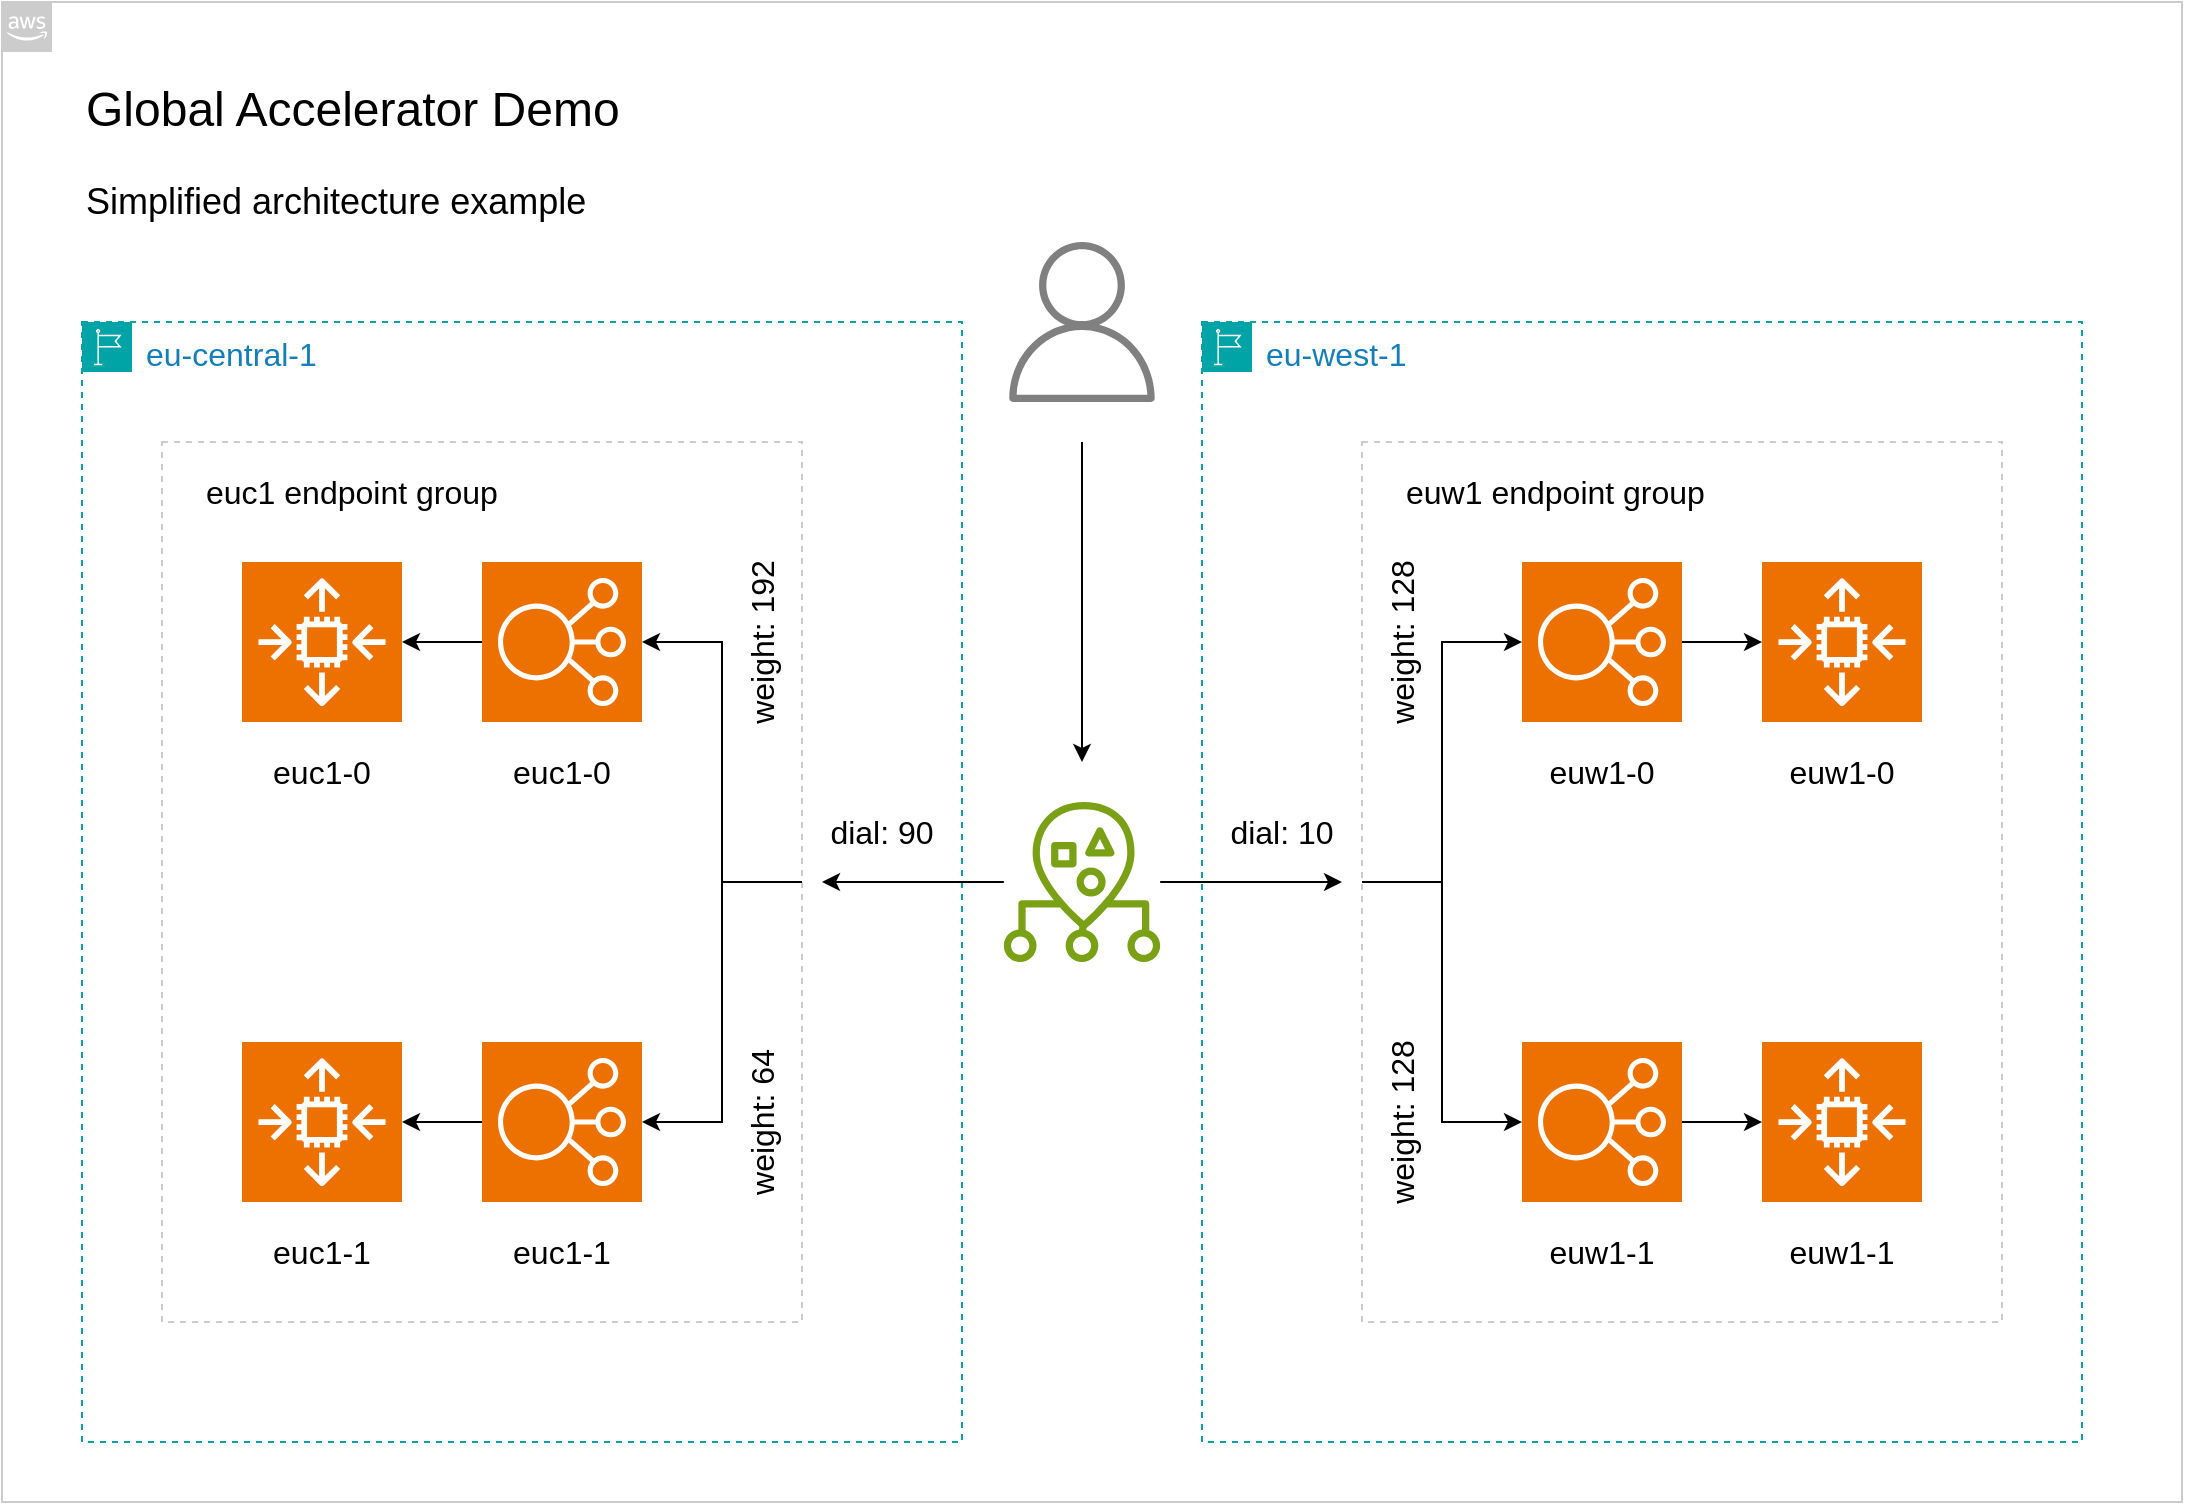
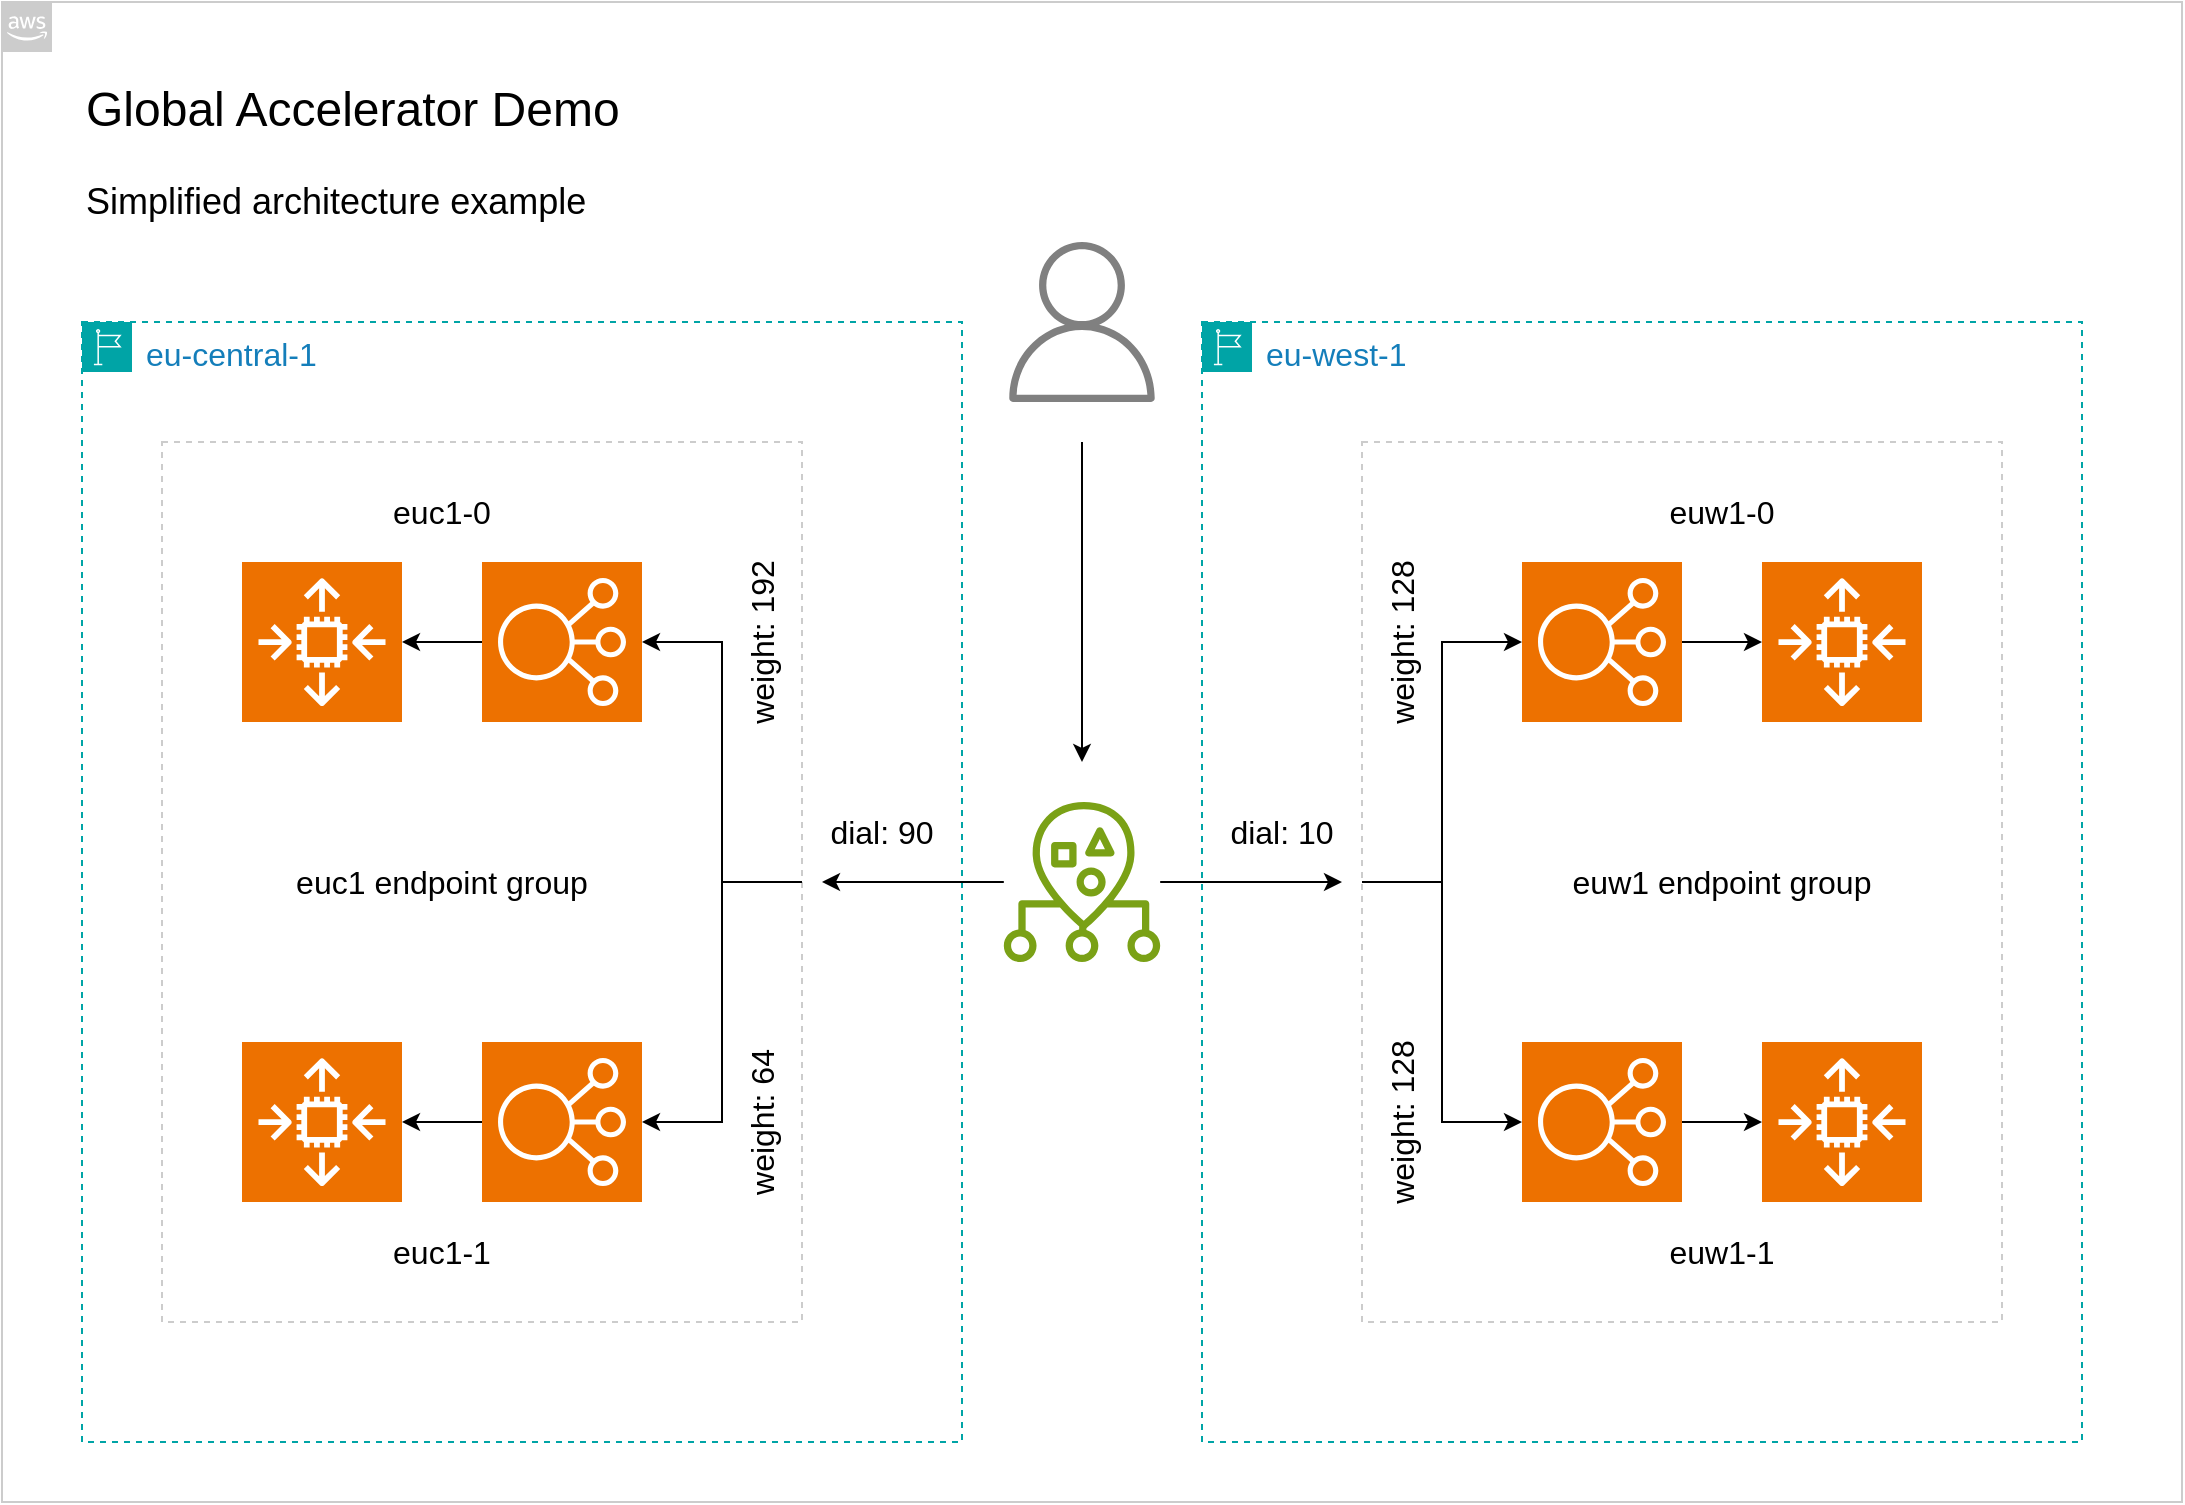
<mxfile host="Electron" agent="Mozilla/5.0 (Macintosh; Intel Mac OS X 10_15_7) AppleWebKit/537.36 (KHTML, like Gecko) draw.io/24.5.1 Chrome/124.0.6367.207 Electron/30.0.6 Safari/537.36">
  <diagram name="Seite-1" id="BtAyL0-GuPOaRMJ-Kd1m">
    <mxGraphModel dx="1222" dy="765" grid="1" gridSize="10" guides="1" tooltips="1" connect="1" arrows="1" fold="1" page="1" pageScale="1" pageWidth="1169" pageHeight="827" math="0" shadow="0">
      <root>
        <mxCell id="0" />
        <mxCell id="1" parent="0" />
        <UserObject label="" id="ZuW-Ts3UVkGzy0_QFmxS-1">
          <mxCell parent="1" style="sketch=0;outlineConnect=0;gradientColor=none;html=1;whiteSpace=wrap;fontSize=12;fontStyle=0;shape=mxgraph.aws4.group;grIcon=mxgraph.aws4.group_aws_cloud_alt;strokeColor=#CCCCCC;fillColor=none;verticalAlign=bottom;align=left;spacingLeft=30;fontColor=#FF9900;dashed=0;movable=1;resizable=1;rotatable=1;deletable=1;editable=1;locked=0;connectable=1;rounded=0;" vertex="1">
            <mxGeometry height="750" width="1090" x="40" y="40" as="geometry" />
          </mxCell>
        </UserObject>
        <mxCell id="58Sf1-AYVXkVAdG3ewIz-134" parent="1" style="rounded=0;whiteSpace=wrap;html=1;strokeColor=#CCCCCC;dashed=1;" value="" vertex="1">
          <mxGeometry height="440" width="320" x="720" y="260" as="geometry" />
        </mxCell>
        <mxCell id="ZuW-Ts3UVkGzy0_QFmxS-27" parent="1" style="text;html=1;align=left;verticalAlign=middle;whiteSpace=wrap;rounded=0;" value="&lt;font style=&quot;&quot;&gt;&lt;span style=&quot;font-size: 24px;&quot;&gt;Global Accelerator Demo&lt;/span&gt;&lt;br&gt;&lt;font style=&quot;font-size: 18px;&quot;&gt;&lt;br&gt;Simplified architecture example&lt;/font&gt;&lt;/font&gt;" vertex="1">
          <mxGeometry height="70" width="1000" x="80" y="80" as="geometry" />
        </mxCell>
        <mxCell id="58Sf1-AYVXkVAdG3ewIz-87" parent="1" style="points=[[0,0],[0.25,0],[0.5,0],[0.75,0],[1,0],[1,0.25],[1,0.5],[1,0.75],[1,1],[0.75,1],[0.5,1],[0.25,1],[0,1],[0,0.75],[0,0.5],[0,0.25]];outlineConnect=0;gradientColor=none;html=1;whiteSpace=wrap;fontSize=12;fontStyle=0;container=1;pointerEvents=0;collapsible=0;recursiveResize=0;shape=mxgraph.aws4.group;grIcon=mxgraph.aws4.group_region;strokeColor=#00A4A6;fillColor=none;verticalAlign=top;align=left;spacingLeft=30;fontColor=#147EBA;dashed=1;" value="&lt;font style=&quot;font-size: 16px;&quot;&gt;eu-west-1&lt;/font&gt;" vertex="1">
          <mxGeometry height="560" width="440" x="640" y="200" as="geometry" />
        </mxCell>
        <mxCell id="58Sf1-AYVXkVAdG3ewIz-145" edge="1" parent="58Sf1-AYVXkVAdG3ewIz-87" source="58Sf1-AYVXkVAdG3ewIz-77" style="edgeStyle=orthogonalEdgeStyle;orthogonalLoop=1;jettySize=auto;html=1;" target="58Sf1-AYVXkVAdG3ewIz-121" value="">
          <mxGeometry relative="1" as="geometry" />
        </mxCell>
        <mxCell id="58Sf1-AYVXkVAdG3ewIz-77" parent="58Sf1-AYVXkVAdG3ewIz-87" style="sketch=0;points=[[0,0,0],[0.25,0,0],[0.5,0,0],[0.75,0,0],[1,0,0],[0,1,0],[0.25,1,0],[0.5,1,0],[0.75,1,0],[1,1,0],[0,0.25,0],[0,0.5,0],[0,0.75,0],[1,0.25,0],[1,0.5,0],[1,0.75,0]];outlineConnect=0;fontColor=#232F3E;fillColor=#ED7100;strokeColor=#ffffff;dashed=0;verticalLabelPosition=bottom;verticalAlign=top;align=center;html=1;fontSize=12;fontStyle=0;aspect=fixed;shape=mxgraph.aws4.resourceIcon;resIcon=mxgraph.aws4.elastic_load_balancing;rounded=0;" value="" vertex="1">
          <mxGeometry height="80" width="80" x="160" y="120" as="geometry" />
        </mxCell>
        <mxCell id="58Sf1-AYVXkVAdG3ewIz-78" parent="58Sf1-AYVXkVAdG3ewIz-87" style="sketch=0;points=[[0,0,0],[0.25,0,0],[0.5,0,0],[0.75,0,0],[1,0,0],[0,1,0],[0.25,1,0],[0.5,1,0],[0.75,1,0],[1,1,0],[0,0.25,0],[0,0.5,0],[0,0.75,0],[1,0.25,0],[1,0.5,0],[1,0.75,0]];outlineConnect=0;fontColor=#232F3E;fillColor=#ED7100;strokeColor=#ffffff;dashed=0;verticalLabelPosition=bottom;verticalAlign=top;align=center;html=1;fontSize=12;fontStyle=0;aspect=fixed;shape=mxgraph.aws4.resourceIcon;resIcon=mxgraph.aws4.elastic_load_balancing;rounded=0;" value="" vertex="1">
          <mxGeometry height="80" width="80" x="160" y="360" as="geometry" />
        </mxCell>
        <mxCell id="58Sf1-AYVXkVAdG3ewIz-121" parent="58Sf1-AYVXkVAdG3ewIz-87" style="sketch=0;points=[[0,0,0],[0.25,0,0],[0.5,0,0],[0.75,0,0],[1,0,0],[0,1,0],[0.25,1,0],[0.5,1,0],[0.75,1,0],[1,1,0],[0,0.25,0],[0,0.5,0],[0,0.75,0],[1,0.25,0],[1,0.5,0],[1,0.75,0]];outlineConnect=0;fontColor=#232F3E;fillColor=#ED7100;strokeColor=#ffffff;dashed=0;verticalLabelPosition=bottom;verticalAlign=top;align=center;html=1;fontSize=12;fontStyle=0;aspect=fixed;shape=mxgraph.aws4.resourceIcon;resIcon=mxgraph.aws4.auto_scaling2;" value="" vertex="1">
          <mxGeometry height="80" width="80" x="280" y="120" as="geometry" />
        </mxCell>
-         <mxCell id="58Sf1-AYVXkVAdG3ewIz-131" parent="58Sf1-AYVXkVAdG3ewIz-87" style="text;html=1;whiteSpace=wrap;strokeColor=none;fillColor=none;align=center;verticalAlign=middle;rounded=0;" value="&lt;font style=&quot;font-size: 16px;&quot;&gt;euw1-1&lt;/font&gt;" vertex="1">
-           <mxGeometry height="30" width="60" x="290" y="450" as="geometry" />
-         </mxCell>
        <mxCell id="58Sf1-AYVXkVAdG3ewIz-160" parent="58Sf1-AYVXkVAdG3ewIz-87" style="text;html=1;whiteSpace=wrap;strokeColor=none;fillColor=none;align=center;verticalAlign=middle;rounded=0;rotation=-90;" value="&lt;font style=&quot;font-size: 16px;&quot;&gt;weight: 128&lt;/font&gt;" vertex="1">
          <mxGeometry height="30" width="100" x="50" y="385" as="geometry" />
        </mxCell>
        <mxCell id="58Sf1-AYVXkVAdG3ewIz-161" parent="58Sf1-AYVXkVAdG3ewIz-87" style="text;html=1;whiteSpace=wrap;strokeColor=none;fillColor=none;align=center;verticalAlign=middle;rounded=0;rotation=-90;" value="&lt;font style=&quot;font-size: 16px;&quot;&gt;weight: 128&lt;/font&gt;" vertex="1">
          <mxGeometry height="30" width="100" x="50" y="145" as="geometry" />
+         </mxCell>
+         <mxCell id="58Sf1-AYVXkVAdG3ewIz-130" parent="58Sf1-AYVXkVAdG3ewIz-87" style="text;html=1;whiteSpace=wrap;strokeColor=none;fillColor=none;align=center;verticalAlign=middle;rounded=0;" value="&lt;font style=&quot;font-size: 16px;&quot;&gt;euw1-1&lt;/font&gt;" vertex="1">
+           <mxGeometry height="30" width="60" x="230" y="450" as="geometry" />
+         </mxCell>
+         <mxCell id="58Sf1-AYVXkVAdG3ewIz-128" parent="58Sf1-AYVXkVAdG3ewIz-87" style="text;html=1;whiteSpace=wrap;strokeColor=none;fillColor=none;align=center;verticalAlign=middle;rounded=0;" value="&lt;font style=&quot;font-size: 16px;&quot;&gt;euw1-0&lt;/font&gt;" vertex="1">
+           <mxGeometry height="30" width="60" x="230" y="80" as="geometry" />
+         </mxCell>
+         <mxCell id="58Sf1-AYVXkVAdG3ewIz-153" parent="58Sf1-AYVXkVAdG3ewIz-87" style="text;html=1;whiteSpace=wrap;strokeColor=none;fillColor=none;align=center;verticalAlign=middle;rounded=0;fontSize=16;" value="&lt;font&gt;euw1 endpoint group&lt;/font&gt;" vertex="1">
+           <mxGeometry height="30" width="200" x="160" y="265" as="geometry" />
        </mxCell>
        <mxCell id="58Sf1-AYVXkVAdG3ewIz-66" parent="1" style="points=[[0,0],[0.25,0],[0.5,0],[0.75,0],[1,0],[1,0.25],[1,0.5],[1,0.75],[1,1],[0.75,1],[0.5,1],[0.25,1],[0,1],[0,0.75],[0,0.5],[0,0.25]];outlineConnect=0;gradientColor=none;html=1;whiteSpace=wrap;fontSize=12;fontStyle=0;container=1;pointerEvents=0;collapsible=0;recursiveResize=0;shape=mxgraph.aws4.group;grIcon=mxgraph.aws4.group_region;strokeColor=#00A4A6;fillColor=none;verticalAlign=top;align=left;spacingLeft=30;fontColor=#147EBA;dashed=1;" value="&lt;font style=&quot;font-size: 16px;&quot;&gt;eu-central-1&lt;/font&gt;" vertex="1">
          <mxGeometry height="560" width="440" x="80" y="200" as="geometry" />
        </mxCell>
        <mxCell id="58Sf1-AYVXkVAdG3ewIz-133" parent="58Sf1-AYVXkVAdG3ewIz-66" style="rounded=0;whiteSpace=wrap;html=1;strokeColor=#CCCCCC;dashed=1;" value="" vertex="1">
          <mxGeometry height="440" width="320" x="40" y="60" as="geometry" />
        </mxCell>
        <mxCell id="58Sf1-AYVXkVAdG3ewIz-118" parent="58Sf1-AYVXkVAdG3ewIz-66" style="sketch=0;points=[[0,0,0],[0.25,0,0],[0.5,0,0],[0.75,0,0],[1,0,0],[0,1,0],[0.25,1,0],[0.5,1,0],[0.75,1,0],[1,1,0],[0,0.25,0],[0,0.5,0],[0,0.75,0],[1,0.25,0],[1,0.5,0],[1,0.75,0]];outlineConnect=0;fontColor=#232F3E;fillColor=#ED7100;strokeColor=#ffffff;dashed=0;verticalLabelPosition=bottom;verticalAlign=top;align=center;html=1;fontSize=12;fontStyle=0;aspect=fixed;shape=mxgraph.aws4.resourceIcon;resIcon=mxgraph.aws4.auto_scaling2;" value="" vertex="1">
          <mxGeometry height="80" width="80" x="80" y="360" as="geometry" />
        </mxCell>
        <mxCell id="58Sf1-AYVXkVAdG3ewIz-123" parent="58Sf1-AYVXkVAdG3ewIz-66" style="text;html=1;whiteSpace=wrap;strokeColor=none;fillColor=none;align=center;verticalAlign=middle;rounded=0;fontSize=16;" value="&lt;font&gt;euc1-0&lt;/font&gt;" vertex="1">
-           <mxGeometry height="30" width="60" x="90" y="210" as="geometry" />
+           <mxGeometry height="30" width="60" x="150" y="80" as="geometry" />
        </mxCell>
        <mxCell id="58Sf1-AYVXkVAdG3ewIz-126" parent="58Sf1-AYVXkVAdG3ewIz-66" style="text;html=1;whiteSpace=wrap;strokeColor=none;fillColor=none;align=center;verticalAlign=middle;rounded=0;" value="&lt;font style=&quot;font-size: 16px;&quot;&gt;euc1-1&lt;/font&gt;" vertex="1">
-           <mxGeometry height="30" width="60" x="90" y="450" as="geometry" />
+           <mxGeometry height="30" width="60" x="150" y="450" as="geometry" />
        </mxCell>
        <mxCell id="8dHVtOiEz4c_SUl7e4nf-2" parent="58Sf1-AYVXkVAdG3ewIz-66" style="sketch=0;points=[[0,0,0],[0.25,0,0],[0.5,0,0],[0.75,0,0],[1,0,0],[0,1,0],[0.25,1,0],[0.5,1,0],[0.75,1,0],[1,1,0],[0,0.25,0],[0,0.5,0],[0,0.75,0],[1,0.25,0],[1,0.5,0],[1,0.75,0]];outlineConnect=0;fontColor=#232F3E;fillColor=#ED7100;strokeColor=#ffffff;dashed=0;verticalLabelPosition=bottom;verticalAlign=top;align=center;html=1;fontSize=12;fontStyle=0;aspect=fixed;shape=mxgraph.aws4.resourceIcon;resIcon=mxgraph.aws4.elastic_load_balancing;rounded=0;" value="" vertex="1">
          <mxGeometry height="80" width="80" x="200" y="120" as="geometry" />
        </mxCell>
-         <mxCell id="58Sf1-AYVXkVAdG3ewIz-125" parent="58Sf1-AYVXkVAdG3ewIz-66" style="text;html=1;whiteSpace=wrap;strokeColor=none;fillColor=none;align=center;verticalAlign=middle;rounded=0;" value="&lt;font style=&quot;font-size: 16px;&quot;&gt;euc1-0&lt;/font&gt;" vertex="1">
-           <mxGeometry height="30" width="60" x="210" y="210" as="geometry" />
-         </mxCell>
        <mxCell id="58Sf1-AYVXkVAdG3ewIz-56" parent="58Sf1-AYVXkVAdG3ewIz-66" style="sketch=0;points=[[0,0,0],[0.25,0,0],[0.5,0,0],[0.75,0,0],[1,0,0],[0,1,0],[0.25,1,0],[0.5,1,0],[0.75,1,0],[1,1,0],[0,0.25,0],[0,0.5,0],[0,0.75,0],[1,0.25,0],[1,0.5,0],[1,0.75,0]];outlineConnect=0;fontColor=#232F3E;fillColor=#ED7100;strokeColor=#ffffff;dashed=0;verticalLabelPosition=bottom;verticalAlign=top;align=center;html=1;fontSize=12;fontStyle=0;aspect=fixed;shape=mxgraph.aws4.resourceIcon;resIcon=mxgraph.aws4.elastic_load_balancing;rounded=0;" value="" vertex="1">
          <mxGeometry height="80" width="80" x="200" y="360" as="geometry" />
-         </mxCell>
-         <mxCell id="58Sf1-AYVXkVAdG3ewIz-127" parent="58Sf1-AYVXkVAdG3ewIz-66" style="text;html=1;whiteSpace=wrap;strokeColor=none;fillColor=none;align=center;verticalAlign=middle;rounded=0;" value="&lt;font style=&quot;font-size: 16px;&quot;&gt;euc1-1&lt;/font&gt;" vertex="1">
-           <mxGeometry height="30" width="60" x="210" y="450" as="geometry" />
        </mxCell>
        <mxCell id="58Sf1-AYVXkVAdG3ewIz-139" edge="1" parent="58Sf1-AYVXkVAdG3ewIz-66" source="58Sf1-AYVXkVAdG3ewIz-133" style="edgeStyle=orthogonalEdgeStyle;orthogonalLoop=1;jettySize=auto;html=1;entryX=1;entryY=0.5;entryDx=0;entryDy=0;entryPerimeter=0;exitX=1;exitY=0.5;exitDx=0;exitDy=0;rounded=0;curved=0;" target="8dHVtOiEz4c_SUl7e4nf-2">
          <mxGeometry relative="1" as="geometry">
            <Array as="points">
              <mxPoint x="320" y="280" />
              <mxPoint x="320" y="160" />
            </Array>
          </mxGeometry>
        </mxCell>
        <mxCell id="58Sf1-AYVXkVAdG3ewIz-140" edge="1" parent="58Sf1-AYVXkVAdG3ewIz-66" style="edgeStyle=orthogonalEdgeStyle;orthogonalLoop=1;jettySize=auto;html=1;entryX=1;entryY=0.5;entryDx=0;entryDy=0;entryPerimeter=0;rounded=0;curved=0;" target="58Sf1-AYVXkVAdG3ewIz-56">
          <mxGeometry relative="1" as="geometry">
            <Array as="points">
              <mxPoint x="320" y="280" />
              <mxPoint x="320" y="400" />
            </Array>
            <mxPoint x="360" y="280" as="sourcePoint" />
            <mxPoint x="280" y="410" as="targetPoint" />
          </mxGeometry>
        </mxCell>
        <mxCell id="58Sf1-AYVXkVAdG3ewIz-144" edge="1" parent="58Sf1-AYVXkVAdG3ewIz-66" source="58Sf1-AYVXkVAdG3ewIz-56" style="edgeStyle=orthogonalEdgeStyle;orthogonalLoop=1;jettySize=auto;html=1;entryX=1;entryY=0.5;entryDx=0;entryDy=0;entryPerimeter=0;" target="58Sf1-AYVXkVAdG3ewIz-118">
          <mxGeometry relative="1" as="geometry" />
        </mxCell>
-         <mxCell id="58Sf1-AYVXkVAdG3ewIz-152" parent="58Sf1-AYVXkVAdG3ewIz-66" style="text;html=1;whiteSpace=wrap;strokeColor=none;fillColor=none;align=left;verticalAlign=middle;rounded=0;fontSize=16;" value="&lt;font&gt;euc1 endpoint group&lt;/font&gt;" vertex="1">
-           <mxGeometry height="30" width="170" x="60" y="70" as="geometry" />
+         <mxCell id="58Sf1-AYVXkVAdG3ewIz-152" parent="58Sf1-AYVXkVAdG3ewIz-66" style="text;html=1;whiteSpace=wrap;strokeColor=none;fillColor=none;align=center;verticalAlign=middle;rounded=0;fontSize=16;" value="&lt;font&gt;euc1 endpoint group&lt;/font&gt;" vertex="1">
+           <mxGeometry height="30" width="200" x="80" y="265" as="geometry" />
        </mxCell>
        <mxCell id="58Sf1-AYVXkVAdG3ewIz-156" parent="58Sf1-AYVXkVAdG3ewIz-66" style="text;html=1;whiteSpace=wrap;strokeColor=none;fillColor=none;align=center;verticalAlign=middle;rounded=0;rotation=-90;" value="&lt;font style=&quot;font-size: 16px;&quot;&gt;weight: 192&lt;/font&gt;" vertex="1">
          <mxGeometry height="30" width="100" x="290" y="145" as="geometry" />
        </mxCell>
        <mxCell id="58Sf1-AYVXkVAdG3ewIz-157" parent="58Sf1-AYVXkVAdG3ewIz-66" style="text;html=1;whiteSpace=wrap;strokeColor=none;fillColor=none;align=center;verticalAlign=middle;rounded=0;rotation=-90;" value="&lt;font style=&quot;font-size: 16px;&quot;&gt;weight: 64&lt;/font&gt;" vertex="1">
          <mxGeometry height="30" width="100" x="290" y="385" as="geometry" />
        </mxCell>
        <mxCell id="58Sf1-AYVXkVAdG3ewIz-136" edge="1" parent="1" source="8dHVtOiEz4c_SUl7e4nf-1" style="edgeStyle=orthogonalEdgeStyle;orthogonalLoop=1;jettySize=auto;html=1;">
          <mxGeometry relative="1" as="geometry">
            <mxPoint x="450" y="480" as="targetPoint" />
          </mxGeometry>
        </mxCell>
        <mxCell id="58Sf1-AYVXkVAdG3ewIz-137" edge="1" parent="1" source="8dHVtOiEz4c_SUl7e4nf-1" style="edgeStyle=orthogonalEdgeStyle;orthogonalLoop=1;jettySize=auto;html=1;">
          <mxGeometry relative="1" as="geometry">
            <mxPoint x="710" y="480" as="targetPoint" />
          </mxGeometry>
        </mxCell>
        <mxCell id="8dHVtOiEz4c_SUl7e4nf-1" parent="1" style="sketch=0;outlineConnect=0;fontColor=#232F3E;gradientColor=none;fillColor=#7AA116;strokeColor=none;dashed=0;verticalLabelPosition=bottom;verticalAlign=top;align=center;html=1;fontSize=12;fontStyle=0;pointerEvents=1;shape=mxgraph.aws4.s3_multi_region_access_points;aspect=fixed;rounded=0;" value="" vertex="1">
          <mxGeometry height="80" width="80" x="540" y="440" as="geometry" />
        </mxCell>
        <mxCell id="58Sf1-AYVXkVAdG3ewIz-117" parent="1" style="sketch=0;points=[[0,0,0],[0.25,0,0],[0.5,0,0],[0.75,0,0],[1,0,0],[0,1,0],[0.25,1,0],[0.5,1,0],[0.75,1,0],[1,1,0],[0,0.25,0],[0,0.5,0],[0,0.75,0],[1,0.25,0],[1,0.5,0],[1,0.75,0]];outlineConnect=0;fontColor=#232F3E;fillColor=#ED7100;strokeColor=#ffffff;dashed=0;verticalLabelPosition=bottom;verticalAlign=top;align=center;html=1;fontSize=12;fontStyle=0;aspect=fixed;shape=mxgraph.aws4.resourceIcon;resIcon=mxgraph.aws4.auto_scaling2;" value="" vertex="1">
          <mxGeometry height="80" width="80" x="160" y="320" as="geometry" />
        </mxCell>
        <mxCell id="58Sf1-AYVXkVAdG3ewIz-122" parent="1" style="sketch=0;points=[[0,0,0],[0.25,0,0],[0.5,0,0],[0.75,0,0],[1,0,0],[0,1,0],[0.25,1,0],[0.5,1,0],[0.75,1,0],[1,1,0],[0,0.25,0],[0,0.5,0],[0,0.75,0],[1,0.25,0],[1,0.5,0],[1,0.75,0]];outlineConnect=0;fontColor=#232F3E;fillColor=#ED7100;strokeColor=#ffffff;dashed=0;verticalLabelPosition=bottom;verticalAlign=top;align=center;html=1;fontSize=12;fontStyle=0;aspect=fixed;shape=mxgraph.aws4.resourceIcon;resIcon=mxgraph.aws4.auto_scaling2;" value="" vertex="1">
          <mxGeometry height="80" width="80" x="920" y="560" as="geometry" />
-         </mxCell>
-         <mxCell id="58Sf1-AYVXkVAdG3ewIz-128" parent="1" style="text;html=1;whiteSpace=wrap;strokeColor=none;fillColor=none;align=center;verticalAlign=middle;rounded=0;" value="&lt;font style=&quot;font-size: 16px;&quot;&gt;euw1-0&lt;/font&gt;" vertex="1">
-           <mxGeometry height="30" width="60" x="810" y="410" as="geometry" />
-         </mxCell>
-         <mxCell id="58Sf1-AYVXkVAdG3ewIz-129" parent="1" style="text;html=1;whiteSpace=wrap;strokeColor=none;fillColor=none;align=center;verticalAlign=middle;rounded=0;" value="&lt;font style=&quot;font-size: 16px;&quot;&gt;euw1-0&lt;/font&gt;" vertex="1">
-           <mxGeometry height="30" width="60" x="930" y="410" as="geometry" />
-         </mxCell>
-         <mxCell id="58Sf1-AYVXkVAdG3ewIz-130" parent="1" style="text;html=1;whiteSpace=wrap;strokeColor=none;fillColor=none;align=center;verticalAlign=middle;rounded=0;" value="&lt;font style=&quot;font-size: 16px;&quot;&gt;euw1-1&lt;/font&gt;" vertex="1">
-           <mxGeometry height="30" width="60" x="810" y="650" as="geometry" />
        </mxCell>
        <mxCell id="58Sf1-AYVXkVAdG3ewIz-141" edge="1" parent="1" source="58Sf1-AYVXkVAdG3ewIz-134" style="edgeStyle=none;orthogonalLoop=1;jettySize=auto;html=1;entryX=0;entryY=0.5;entryDx=0;entryDy=0;entryPerimeter=0;exitX=0;exitY=0.5;exitDx=0;exitDy=0;rounded=0;curved=0;" target="58Sf1-AYVXkVAdG3ewIz-77" value="">
          <mxGeometry relative="1" width="80" as="geometry">
            <Array as="points">
              <mxPoint x="760" y="480" />
              <mxPoint x="760" y="360" />
            </Array>
            <mxPoint x="570" y="430" as="sourcePoint" />
            <mxPoint x="650" y="430" as="targetPoint" />
          </mxGeometry>
        </mxCell>
        <mxCell id="58Sf1-AYVXkVAdG3ewIz-142" edge="1" parent="1" source="58Sf1-AYVXkVAdG3ewIz-134" style="edgeStyle=none;orthogonalLoop=1;jettySize=auto;html=1;entryX=0;entryY=0.5;entryDx=0;entryDy=0;entryPerimeter=0;exitX=0;exitY=0.5;exitDx=0;exitDy=0;rounded=0;curved=0;" target="58Sf1-AYVXkVAdG3ewIz-78" value="">
          <mxGeometry relative="1" width="80" as="geometry">
            <Array as="points">
              <mxPoint x="760" y="480" />
              <mxPoint x="760" y="540" />
              <mxPoint x="760" y="600" />
            </Array>
            <mxPoint x="760" y="530" as="sourcePoint" />
            <mxPoint x="840" y="410" as="targetPoint" />
          </mxGeometry>
        </mxCell>
        <mxCell id="58Sf1-AYVXkVAdG3ewIz-143" edge="1" parent="1" source="8dHVtOiEz4c_SUl7e4nf-2" style="edgeStyle=orthogonalEdgeStyle;orthogonalLoop=1;jettySize=auto;html=1;entryX=1;entryY=0.5;entryDx=0;entryDy=0;entryPerimeter=0;" target="58Sf1-AYVXkVAdG3ewIz-117">
          <mxGeometry relative="1" as="geometry" />
        </mxCell>
        <mxCell id="58Sf1-AYVXkVAdG3ewIz-146" edge="1" parent="1" source="58Sf1-AYVXkVAdG3ewIz-78" style="edgeStyle=orthogonalEdgeStyle;orthogonalLoop=1;jettySize=auto;html=1;" target="58Sf1-AYVXkVAdG3ewIz-122" value="">
          <mxGeometry relative="1" as="geometry" />
        </mxCell>
        <mxCell id="58Sf1-AYVXkVAdG3ewIz-151" edge="1" parent="1" style="edgeStyle=orthogonalEdgeStyle;orthogonalLoop=1;jettySize=auto;html=1;">
          <mxGeometry relative="1" as="geometry">
            <mxPoint x="580" y="260" as="sourcePoint" />
            <mxPoint x="580" y="420" as="targetPoint" />
          </mxGeometry>
        </mxCell>
        <mxCell id="58Sf1-AYVXkVAdG3ewIz-150" parent="1" style="sketch=0;outlineConnect=0;fontColor=#232F3E;gradientColor=none;fillColor=#808080;strokeColor=none;dashed=0;verticalLabelPosition=bottom;verticalAlign=top;align=center;html=1;fontSize=12;fontStyle=0;aspect=fixed;pointerEvents=1;shape=mxgraph.aws4.user;" value="" vertex="1">
          <mxGeometry height="80" width="80" x="540" y="160" as="geometry" />
        </mxCell>
-         <mxCell id="58Sf1-AYVXkVAdG3ewIz-153" parent="1" style="text;html=1;whiteSpace=wrap;strokeColor=none;fillColor=none;align=left;verticalAlign=middle;rounded=0;fontSize=16;" value="&lt;font&gt;euw1 endpoint group&lt;/font&gt;" vertex="1">
-           <mxGeometry height="30" width="170" x="740" y="270" as="geometry" />
-         </mxCell>
        <mxCell id="58Sf1-AYVXkVAdG3ewIz-154" parent="1" style="text;html=1;whiteSpace=wrap;strokeColor=none;fillColor=none;align=center;verticalAlign=middle;rounded=0;" value="&lt;font style=&quot;font-size: 16px;&quot;&gt;dial: 90&lt;/font&gt;" vertex="1">
          <mxGeometry height="30" width="60" x="450" y="440" as="geometry" />
        </mxCell>
        <mxCell id="58Sf1-AYVXkVAdG3ewIz-155" parent="1" style="text;html=1;whiteSpace=wrap;strokeColor=none;fillColor=none;align=center;verticalAlign=middle;rounded=0;" value="&lt;font style=&quot;font-size: 16px;&quot;&gt;dial: 10&lt;/font&gt;" vertex="1">
          <mxGeometry height="30" width="60" x="650" y="440" as="geometry" />
        </mxCell>
      </root>
    </mxGraphModel>
  </diagram>
</mxfile>
